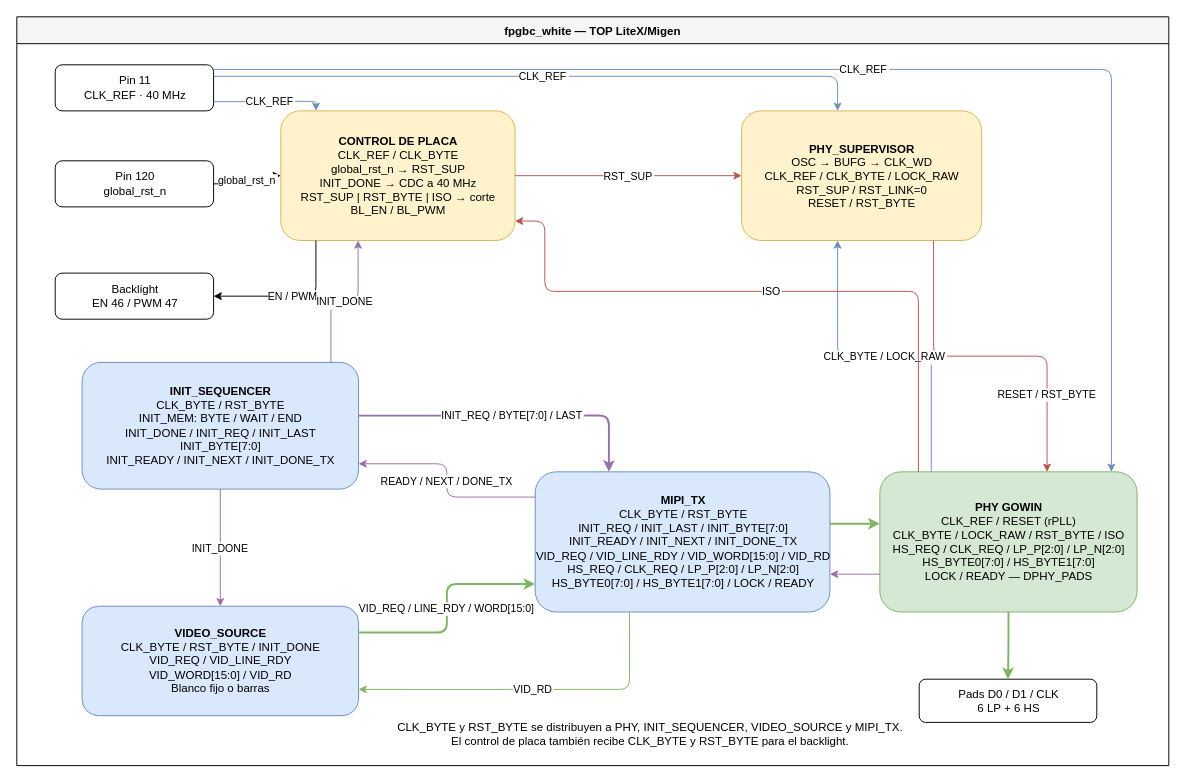
Before: gateware/docs/fpgbc_white.drawio in digital-un-2026-2/FPGBC_pantalla, a draw.io diagram. Source tidied: cells renumbered, new cells numbered last; positions are measured from the earlier drawing's top-left corner, leaving out a move shared by most shapes. Both pictures are drawn from the tidied source at 96%, with x=0, y=0 at pixel (16, 16).
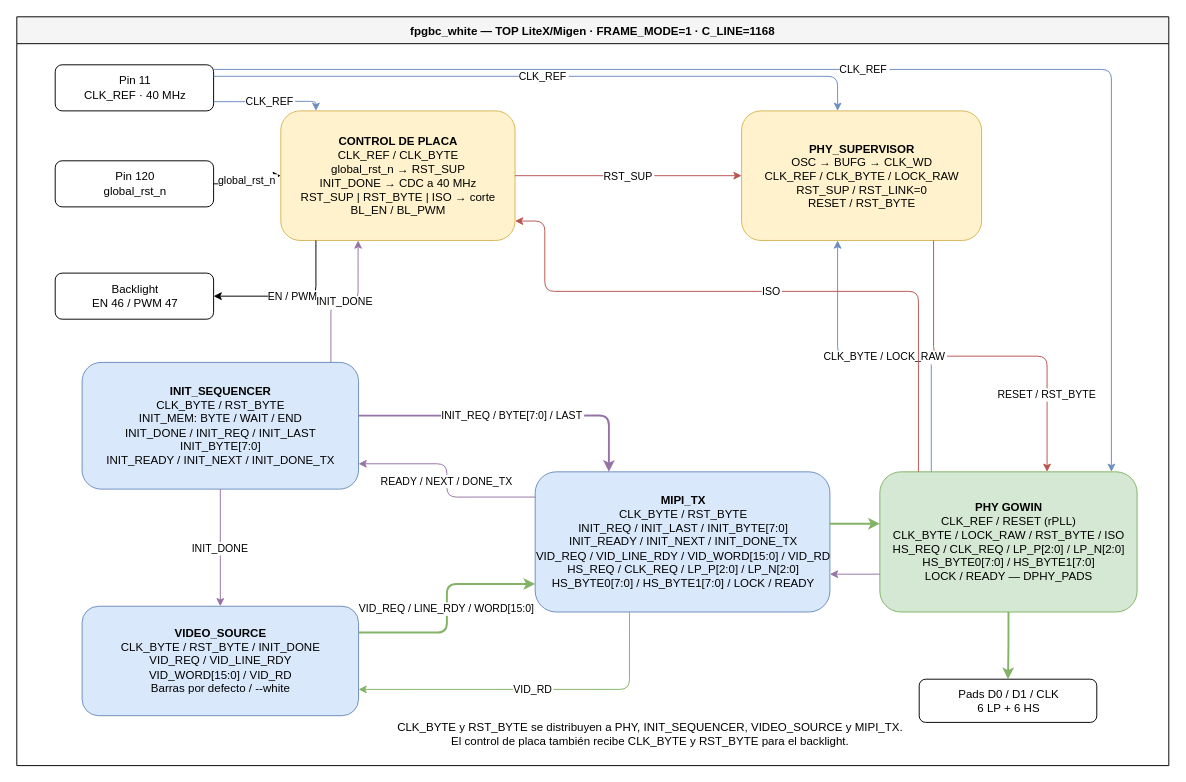
Above is the later version.

Change to the diagram source:
```diff
@@
-    <mxCell id="2" value="fpgbc_white — TOP LiteX/Migen" style="swimlane;startSize=28;fontStyle=1;fillColor=#f5f5f5;" parent="1" vertex="1">
+    <mxCell id="2" value="fpgbc_white — TOP LiteX/Migen · FRAME_MODE=1 · C_LINE=1168" style="swimlane;startSize=28;fontStyle=1;fillColor=#f5f5f5;" parent="1" vertex="1">
       <mxGeometry width="1200" height="780" as="geometry" />
     </mxCell>
@@
-    <mxCell id="9" value="&lt;b&gt;VIDEO_SOURCE&lt;/b&gt;&lt;br&gt;CLK_BYTE / RST_BYTE / INIT_DONE&lt;br&gt;VID_REQ / VID_LINE_RDY&lt;br&gt;VID_WORD[15:0] / VID_RD&lt;br&gt;Blanco fijo o barras" style="rounded=1;html=1;fillColor=#dae8fc;strokeColor=#6c8ebf;" parent="1" vertex="1">
+    <mxCell id="9" value="&lt;b&gt;VIDEO_SOURCE&lt;/b&gt;&lt;br&gt;CLK_BYTE / RST_BYTE / INIT_DONE&lt;br&gt;VID_REQ / VID_LINE_RDY&lt;br&gt;VID_WORD[15:0] / VID_RD&lt;br&gt;Barras por defecto / --white" style="rounded=1;html=1;fillColor=#dae8fc;strokeColor=#6c8ebf;" parent="1" vertex="1">
       <mxGeometry x="68" y="614" width="288" height="114" as="geometry" />
     </mxCell>
```
